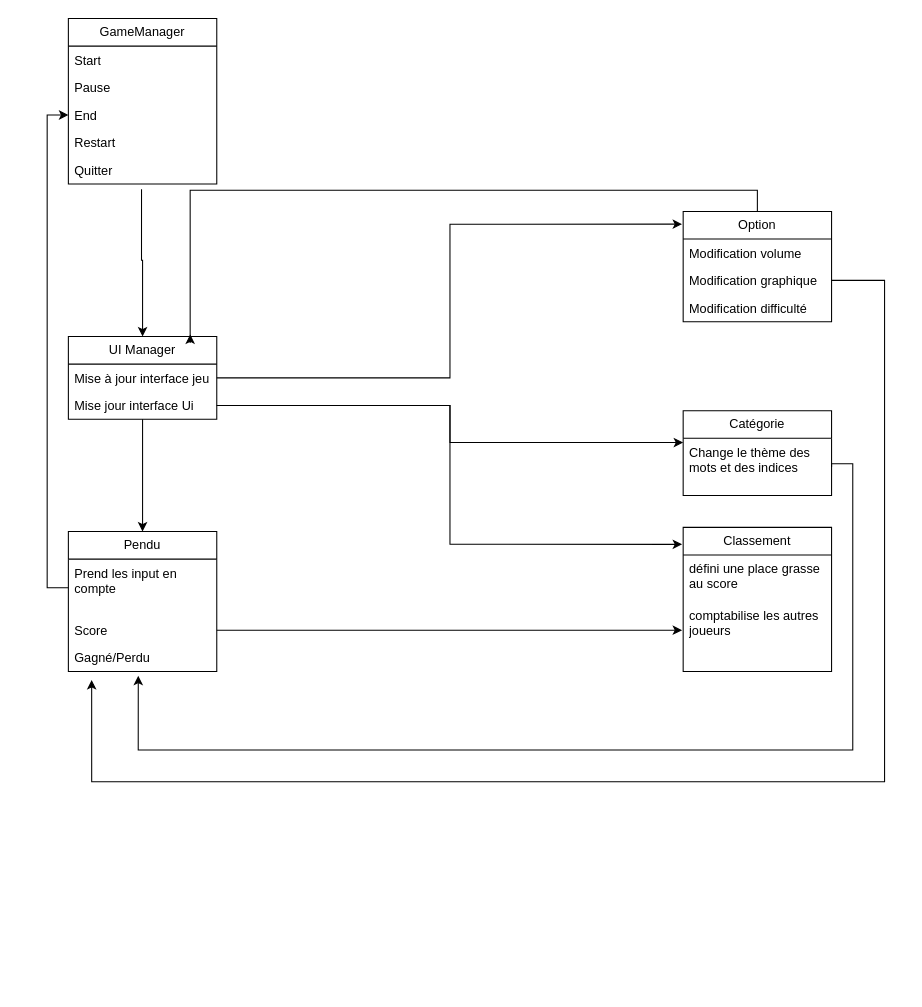
The draw.io diagram Projet3.drawio in Ashura100/Projet3, before the edit. Source tidied: cells renumbered, new cells numbered last; positions are measured from the earlier drawing's top-left corner, leaving out a move shared by most shapes. Both pictures are drawn from the tidied source at 106%, with x=0, y=0 at pixel (68, 18).
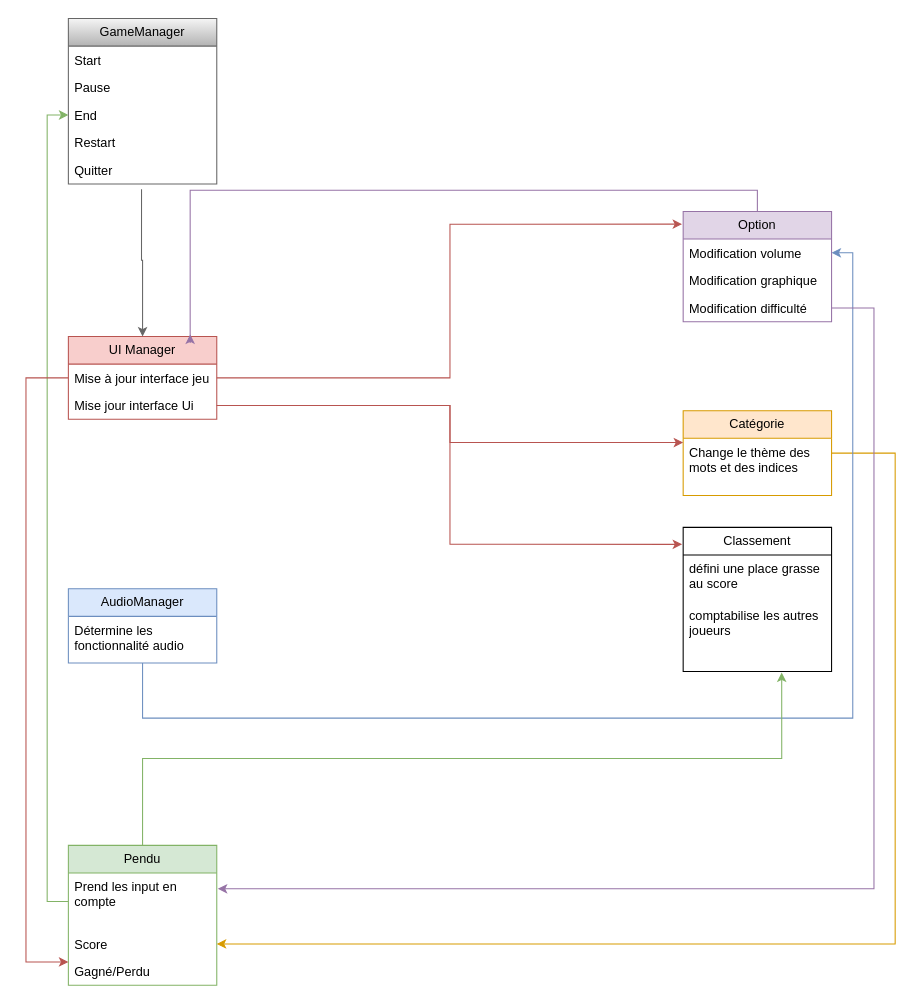
The same diagram, later.

Commit message:
Mettre à jour Projet3.drawio

Change to the diagram source:
```diff
@@
-    <mxCell id="2" value="GameManager" style="swimlane;fontStyle=0;horizontal=1;startSize=26;fillColor=none;whiteSpace=wrap;html=1;" parent="1" vertex="1">
+    <mxCell id="2" value="GameManager" style="swimlane;fontStyle=0;horizontal=1;startSize=26;whiteSpace=wrap;html=1;fillColor=#f5f5f5;gradientColor=#b3b3b3;strokeColor=#666666;" parent="1" vertex="1">
       <mxGeometry width="140" height="156" as="geometry" />
     </mxCell>
-    <mxCell id="3" value="Start" style="text;strokeColor=none;fillColor=none;align=left;verticalAlign=top;spacingLeft=4;spacingRight=4;overflow=hidden;whiteSpace=wrap;html=1;" parent="2" vertex="1">
+    <mxCell id="3" value="Start" style="text;align=left;verticalAlign=top;spacingLeft=4;spacingRight=4;overflow=hidden;whiteSpace=wrap;html=1;" parent="2" vertex="1">
       <mxGeometry y="26" width="140" height="26" as="geometry" />
     </mxCell>
-    <mxCell id="4" value="&lt;div&gt;Pause&lt;/div&gt;" style="text;strokeColor=none;fillColor=none;align=left;verticalAlign=top;spacingLeft=4;spacingRight=4;overflow=hidden;whiteSpace=wrap;html=1;" parent="2" vertex="1">
+    <mxCell id="4" value="&lt;div&gt;Pause&lt;/div&gt;" style="text;align=left;verticalAlign=top;spacingLeft=4;spacingRight=4;overflow=hidden;whiteSpace=wrap;html=1;" parent="2" vertex="1">
       <mxGeometry y="52" width="140" height="26" as="geometry" />
     </mxCell>
-    <mxCell id="5" value="End" style="text;strokeColor=none;fillColor=none;align=left;verticalAlign=top;spacingLeft=4;spacingRight=4;overflow=hidden;points=[[0,0.5],[1,0.5]];portConstraint=eastwest;whiteSpace=wrap;html=1;" parent="2" vertex="1">
+    <mxCell id="5" value="End" style="text;align=left;verticalAlign=top;spacingLeft=4;spacingRight=4;overflow=hidden;points=[[0,0.5],[1,0.5]];portConstraint=eastwest;whiteSpace=wrap;html=1;" parent="2" vertex="1">
       <mxGeometry y="78" width="140" height="26" as="geometry" />
     </mxCell>
-    <mxCell id="6" value="Restart" style="text;strokeColor=none;fillColor=none;align=left;verticalAlign=top;spacingLeft=4;spacingRight=4;overflow=hidden;whiteSpace=wrap;html=1;" parent="2" vertex="1">
+    <mxCell id="6" value="Restart" style="text;align=left;verticalAlign=top;spacingLeft=4;spacingRight=4;overflow=hidden;whiteSpace=wrap;html=1;" parent="2" vertex="1">
       <mxGeometry y="104" width="140" height="26" as="geometry" />
     </mxCell>
-    <mxCell id="7" value="Quitter" style="text;strokeColor=none;fillColor=none;align=left;verticalAlign=top;spacingLeft=4;spacingRight=4;overflow=hidden;points=[[0,0.5],[1,0.5]];portConstraint=eastwest;whiteSpace=wrap;html=1;" parent="2" vertex="1">
+    <mxCell id="7" value="Quitter" style="text;align=left;verticalAlign=top;spacingLeft=4;spacingRight=4;overflow=hidden;points=[[0,0.5],[1,0.5]];portConstraint=eastwest;whiteSpace=wrap;html=1;" parent="2" vertex="1">
       <mxGeometry y="130" width="140" height="26" as="geometry" />
     </mxCell>
-    <mxCell id="8" style="edgeStyle=orthogonalEdgeStyle;rounded=0;jettySize=auto;html=1;entryX=0.5;entryY=0;entryDx=0;entryDy=0;" parent="1" edge="1" source="9" target="12">
-      <mxGeometry relative="1" as="geometry" />
-    </mxCell>
-    <mxCell id="9" value="UI Manager" style="swimlane;fontStyle=0;horizontal=1;startSize=26;fillColor=none;whiteSpace=wrap;html=1;" parent="1" vertex="1">
+    <mxCell id="9" value="UI Manager" style="swimlane;fontStyle=0;horizontal=1;startSize=26;whiteSpace=wrap;html=1;fillColor=#f8cecc;strokeColor=#b85450;" parent="1" vertex="1">
       <mxGeometry y="300" width="140" height="78" as="geometry" />
     </mxCell>
-    <mxCell id="10" value="Mise à jour interface jeu" style="text;strokeColor=none;fillColor=none;align=left;verticalAlign=top;spacingLeft=4;spacingRight=4;overflow=hidden;points=[[0,0.5],[1,0.5]];portConstraint=eastwest;whiteSpace=wrap;html=1;" parent="9" vertex="1">
+    <mxCell id="10" value="Mise à jour interface jeu" style="text;align=left;verticalAlign=top;spacingLeft=4;spacingRight=4;overflow=hidden;points=[[0,0.5],[1,0.5]];portConstraint=eastwest;whiteSpace=wrap;html=1;" parent="9" vertex="1">
       <mxGeometry y="26" width="140" height="26" as="geometry" />
     </mxCell>
-    <mxCell id="11" value="Mise jour interface Ui" style="text;strokeColor=none;fillColor=none;align=left;verticalAlign=top;spacingLeft=4;spacingRight=4;overflow=hidden;points=[[0,0.5],[1,0.5]];portConstraint=eastwest;whiteSpace=wrap;html=1;" parent="9" vertex="1">
+    <mxCell id="11" value="Mise jour interface Ui" style="text;align=left;verticalAlign=top;spacingLeft=4;spacingRight=4;overflow=hidden;points=[[0,0.5],[1,0.5]];portConstraint=eastwest;whiteSpace=wrap;html=1;" parent="9" vertex="1">
       <mxGeometry y="52" width="140" height="26" as="geometry" />
     </mxCell>
-    <mxCell id="12" value="Pendu" style="swimlane;fontStyle=0;horizontal=1;startSize=26;fillColor=none;whiteSpace=wrap;html=1;" parent="1" vertex="1">
-      <mxGeometry y="484" width="140" height="132" as="geometry" />
+    <mxCell id="12" value="Pendu" style="swimlane;fontStyle=0;horizontal=1;startSize=26;whiteSpace=wrap;html=1;fillColor=#d5e8d4;strokeColor=#82b366;" parent="1" vertex="1">
+      <mxGeometry y="780" width="140" height="132" as="geometry" />
     </mxCell>
-    <mxCell id="13" value="Prend les input en compte" style="text;strokeColor=none;fillColor=none;align=left;verticalAlign=top;spacingLeft=4;spacingRight=4;overflow=hidden;points=[[0,0.5],[1,0.5]];portConstraint=eastwest;whiteSpace=wrap;html=1;" parent="12" vertex="1">
+    <mxCell id="13" value="Prend les input en compte" style="text;align=left;verticalAlign=top;spacingLeft=4;spacingRight=4;overflow=hidden;points=[[0,0.5],[1,0.5]];portConstraint=eastwest;whiteSpace=wrap;html=1;" parent="12" vertex="1">
       <mxGeometry y="26" width="140" height="54" as="geometry" />
     </mxCell>
-    <mxCell id="14" value="Score" style="text;strokeColor=none;fillColor=none;align=left;verticalAlign=top;spacingLeft=4;spacingRight=4;overflow=hidden;points=[[0,0.5],[1,0.5]];portConstraint=eastwest;whiteSpace=wrap;html=1;" parent="12" vertex="1">
+    <mxCell id="14" value="Score" style="text;align=left;verticalAlign=top;spacingLeft=4;spacingRight=4;overflow=hidden;points=[[0,0.5],[1,0.5]];portConstraint=eastwest;whiteSpace=wrap;html=1;" parent="12" vertex="1">
       <mxGeometry y="80" width="140" height="26" as="geometry" />
     </mxCell>
-    <mxCell id="15" value="Gagné/Perdu" style="text;strokeColor=none;fillColor=none;align=left;verticalAlign=top;spacingLeft=4;spacingRight=4;overflow=hidden;points=[[0,0.5],[1,0.5]];portConstraint=eastwest;whiteSpace=wrap;html=1;" parent="12" vertex="1">
+    <mxCell id="15" value="Gagné/Perdu" style="text;align=left;verticalAlign=top;spacingLeft=4;spacingRight=4;overflow=hidden;points=[[0,0.5],[1,0.5]];portConstraint=eastwest;whiteSpace=wrap;html=1;" parent="12" vertex="1">
       <mxGeometry y="106" width="140" height="26" as="geometry" />
     </mxCell>
-    <mxCell id="16" value="Option" style="swimlane;fontStyle=0;horizontal=1;startSize=26;fillColor=none;whiteSpace=wrap;html=1;" parent="1" vertex="1">
+    <mxCell id="16" value="Option" style="swimlane;fontStyle=0;horizontal=1;startSize=26;whiteSpace=wrap;html=1;fillColor=#e1d5e7;strokeColor=#9673a6;" parent="1" vertex="1">
       <mxGeometry x="580" y="182" width="140" height="104" as="geometry" />
     </mxCell>
-    <mxCell id="17" value="Modification volume" style="text;strokeColor=none;fillColor=none;align=left;verticalAlign=top;spacingLeft=4;spacingRight=4;overflow=hidden;points=[[0,0.5],[1,0.5]];portConstraint=eastwest;whiteSpace=wrap;html=1;" parent="16" vertex="1">
+    <mxCell id="17" value="Modification volume" style="text;align=left;verticalAlign=top;spacingLeft=4;spacingRight=4;overflow=hidden;points=[[0,0.5],[1,0.5]];portConstraint=eastwest;whiteSpace=wrap;html=1;" parent="16" vertex="1">
       <mxGeometry y="26" width="140" height="26" as="geometry" />
     </mxCell>
-    <mxCell id="18" value="Modification graphique" style="text;strokeColor=none;fillColor=none;align=left;verticalAlign=top;spacingLeft=4;spacingRight=4;overflow=hidden;points=[[0,0.5],[1,0.5]];portConstraint=eastwest;whiteSpace=wrap;html=1;" parent="16" vertex="1">
+    <mxCell id="18" value="Modification graphique" style="text;align=left;verticalAlign=top;spacingLeft=4;spacingRight=4;overflow=hidden;points=[[0,0.5],[1,0.5]];portConstraint=eastwest;whiteSpace=wrap;html=1;" parent="16" vertex="1">
       <mxGeometry y="52" width="140" height="26" as="geometry" />
     </mxCell>
-    <mxCell id="19" value="Modification difficulté" style="text;strokeColor=none;fillColor=none;align=left;verticalAlign=top;spacingLeft=4;spacingRight=4;overflow=hidden;points=[[0,0.5],[1,0.5]];portConstraint=eastwest;whiteSpace=wrap;html=1;" parent="16" vertex="1">
+    <mxCell id="19" value="Modification difficulté" style="text;align=left;verticalAlign=top;spacingLeft=4;spacingRight=4;overflow=hidden;points=[[0,0.5],[1,0.5]];portConstraint=eastwest;whiteSpace=wrap;html=1;" parent="16" vertex="1">
       <mxGeometry y="78" width="140" height="26" as="geometry" />
     </mxCell>
-    <mxCell id="20" value="Classement" style="swimlane;fontStyle=0;horizontal=1;startSize=26;fillColor=none;whiteSpace=wrap;html=1;" parent="1" vertex="1">
+    <mxCell id="20" value="Classement" style="swimlane;fontStyle=0;horizontal=1;startSize=26;whiteSpace=wrap;html=1;" parent="1" vertex="1">
       <mxGeometry x="580" y="480" width="140" height="136" as="geometry" />
     </mxCell>
-    <mxCell id="21" value="défini une place grasse au score" style="text;strokeColor=none;fillColor=none;align=left;verticalAlign=top;spacingLeft=4;spacingRight=4;overflow=hidden;whiteSpace=wrap;html=1;" parent="20" vertex="1">
+    <mxCell id="21" value="défini une place grasse au score" style="text;align=left;verticalAlign=top;spacingLeft=4;spacingRight=4;overflow=hidden;whiteSpace=wrap;html=1;" parent="20" vertex="1">
       <mxGeometry y="26" width="140" height="44" as="geometry" />
     </mxCell>
-    <mxCell id="22" value="comptabilise les autres joueurs" style="text;strokeColor=none;fillColor=none;align=left;verticalAlign=top;spacingLeft=4;spacingRight=4;overflow=hidden;points=[[0,0.5],[1,0.5]];portConstraint=eastwest;whiteSpace=wrap;html=1;" parent="20" vertex="1">
+    <mxCell id="22" value="comptabilise les autres joueurs" style="text;align=left;verticalAlign=top;spacingLeft=4;spacingRight=4;overflow=hidden;points=[[0,0.5],[1,0.5]];portConstraint=eastwest;whiteSpace=wrap;html=1;" parent="20" vertex="1">
       <mxGeometry y="70" width="140" height="40" as="geometry" />
     </mxCell>
-    <mxCell id="23" value="&lt;div&gt;&lt;br&gt;&lt;/div&gt;" style="text;strokeColor=none;fillColor=none;align=left;verticalAlign=top;spacingLeft=4;spacingRight=4;overflow=hidden;points=[[0,0.5],[1,0.5]];portConstraint=eastwest;whiteSpace=wrap;html=1;" parent="20" vertex="1">
+    <mxCell id="23" value="&lt;div&gt;&lt;br&gt;&lt;/div&gt;" style="text;align=left;verticalAlign=top;spacingLeft=4;spacingRight=4;overflow=hidden;points=[[0,0.5],[1,0.5]];portConstraint=eastwest;whiteSpace=wrap;html=1;" parent="20" vertex="1">
       <mxGeometry y="110" width="140" height="26" as="geometry" />
     </mxCell>
+    <mxCell id="35" style="edgeStyle=orthogonalEdgeStyle;rounded=0;jettySize=auto;html=1;entryX=1;entryY=0.5;entryDx=0;entryDy=0;fillColor=#ffe6cc;strokeColor=#d79b00;" parent="1" edge="1" source="24" target="14">
+      <mxGeometry relative="1" as="geometry">
+        <Array as="points">
+          <mxPoint x="780" y="410" />
+          <mxPoint x="780" y="873" />
+        </Array>
+      </mxGeometry>
+    </mxCell>
-    <mxCell id="24" value="Catégorie" style="swimlane;fontStyle=0;horizontal=1;startSize=26;fillColor=none;whiteSpace=wrap;html=1;" parent="1" vertex="1">
+    <mxCell id="24" value="Catégorie" style="swimlane;fontStyle=0;horizontal=1;startSize=26;whiteSpace=wrap;html=1;fillColor=#ffe6cc;strokeColor=#d79b00;" parent="1" vertex="1">
       <mxGeometry x="580" y="370" width="140" height="80" as="geometry" />
     </mxCell>
-    <mxCell id="25" value="Change le thème des mots et des indices" style="text;strokeColor=none;fillColor=none;align=left;verticalAlign=top;spacingLeft=4;spacingRight=4;overflow=hidden;points=[[0,0.5],[1,0.5]];portConstraint=eastwest;whiteSpace=wrap;html=1;" parent="24" vertex="1">
+    <mxCell id="25" value="Change le thème des mots et des indices" style="text;align=left;verticalAlign=top;spacingLeft=4;spacingRight=4;overflow=hidden;points=[[0,0.5],[1,0.5]];portConstraint=eastwest;whiteSpace=wrap;html=1;" parent="24" vertex="1">
       <mxGeometry y="26" width="140" height="54" as="geometry" />
     </mxCell>
-    <mxCell id="26" style="edgeStyle=orthogonalEdgeStyle;rounded=0;jettySize=auto;html=1;entryX=0.5;entryY=0;entryDx=0;entryDy=0;exitX=0.493;exitY=1.192;exitDx=0;exitDy=0;exitPerimeter=0;" parent="1" edge="1" source="7" target="9">
+    <mxCell id="26" style="edgeStyle=orthogonalEdgeStyle;rounded=0;jettySize=auto;html=1;entryX=0.5;entryY=0;entryDx=0;entryDy=0;exitX=0.493;exitY=1.192;exitDx=0;exitDy=0;exitPerimeter=0;fillColor=#f5f5f5;gradientColor=#b3b3b3;strokeColor=#666666;" parent="1" edge="1" source="7" target="9">
       <mxGeometry relative="1" as="geometry">
         <Array as="points">
           <mxPoint x="70" y="228" />
         </Array>
       </mxGeometry>
     </mxCell>
-    <mxCell id="27" style="edgeStyle=orthogonalEdgeStyle;rounded=0;jettySize=auto;html=1;entryX=0;entryY=0.5;entryDx=0;entryDy=0;" parent="1" edge="1" source="13" target="5">
+    <mxCell id="27" style="edgeStyle=orthogonalEdgeStyle;rounded=0;jettySize=auto;html=1;entryX=0;entryY=0.5;entryDx=0;entryDy=0;fillColor=#d5e8d4;strokeColor=#82b366;" parent="1" edge="1" source="13" target="5">
       <mxGeometry relative="1" as="geometry" />
     </mxCell>
-    <mxCell id="28" style="edgeStyle=orthogonalEdgeStyle;rounded=0;jettySize=auto;html=1;exitX=1;exitY=0.5;exitDx=0;exitDy=0;entryX=-0.007;entryY=0.115;entryDx=0;entryDy=0;entryPerimeter=0;" parent="1" edge="1" source="10" target="16">
+    <mxCell id="28" style="edgeStyle=orthogonalEdgeStyle;rounded=0;jettySize=auto;html=1;exitX=1;exitY=0.5;exitDx=0;exitDy=0;entryX=-0.007;entryY=0.115;entryDx=0;entryDy=0;entryPerimeter=0;fillColor=#f8cecc;strokeColor=#b85450;" parent="1" edge="1" source="10" target="16">
       <mxGeometry relative="1" as="geometry" />
     </mxCell>
-    <mxCell id="29" style="edgeStyle=orthogonalEdgeStyle;rounded=0;jettySize=auto;html=1;entryX=0;entryY=0.074;entryDx=0;entryDy=0;entryPerimeter=0;" parent="1" edge="1" source="11" target="25">
+    <mxCell id="29" style="edgeStyle=orthogonalEdgeStyle;rounded=0;jettySize=auto;html=1;entryX=0;entryY=0.074;entryDx=0;entryDy=0;entryPerimeter=0;fillColor=#f8cecc;strokeColor=#b85450;" parent="1" edge="1" source="11" target="25">
       <mxGeometry relative="1" as="geometry" />
     </mxCell>
-    <mxCell id="30" style="edgeStyle=orthogonalEdgeStyle;rounded=0;jettySize=auto;html=1;entryX=-0.007;entryY=0.118;entryDx=0;entryDy=0;entryPerimeter=0;" parent="1" edge="1" source="11" target="20">
+    <mxCell id="30" style="edgeStyle=orthogonalEdgeStyle;rounded=0;jettySize=auto;html=1;entryX=-0.007;entryY=0.118;entryDx=0;entryDy=0;entryPerimeter=0;fillColor=#f8cecc;strokeColor=#b85450;" parent="1" edge="1" source="11" target="20">
       <mxGeometry relative="1" as="geometry" />
     </mxCell>
-    <mxCell id="31" style="edgeStyle=orthogonalEdgeStyle;rounded=0;jettySize=auto;html=1;entryX=-0.007;entryY=0.675;entryDx=0;entryDy=0;entryPerimeter=0;" parent="1" edge="1" source="14" target="22">
-      <mxGeometry relative="1" as="geometry" />
-    </mxCell>
-    <mxCell id="32" style="edgeStyle=orthogonalEdgeStyle;rounded=0;jettySize=auto;html=1;entryX=0.471;entryY=1.154;entryDx=0;entryDy=0;entryPerimeter=0;exitX=1;exitY=0.5;exitDx=0;exitDy=0;" parent="1" edge="1" source="25" target="15">
-      <mxGeometry relative="1" as="geometry">
-        <Array as="points">
-          <mxPoint x="720" y="420" />
-          <mxPoint x="740" y="420" />
-          <mxPoint x="740" y="690" />
-          <mxPoint x="66" y="690" />
-        </Array>
-      </mxGeometry>
-    </mxCell>
-    <mxCell id="33" style="edgeStyle=orthogonalEdgeStyle;rounded=0;jettySize=auto;html=1;entryX=0.157;entryY=1.308;entryDx=0;entryDy=0;entryPerimeter=0;exitX=1;exitY=0.5;exitDx=0;exitDy=0;" parent="1" edge="1" source="18" target="15">
-      <mxGeometry relative="1" as="geometry">
-        <Array as="points">
-          <mxPoint x="770" y="247" />
-          <mxPoint x="770" y="720" />
-          <mxPoint x="22" y="720" />
-        </Array>
-      </mxGeometry>
-    </mxCell>
-    <mxCell id="34" style="edgeStyle=orthogonalEdgeStyle;rounded=0;jettySize=auto;html=1;exitX=0.5;exitY=0;exitDx=0;exitDy=0;entryX=0.821;entryY=-0.026;entryDx=0;entryDy=0;entryPerimeter=0;" parent="1" edge="1" source="16" target="9">
+    <mxCell id="34" style="edgeStyle=orthogonalEdgeStyle;rounded=0;jettySize=auto;html=1;exitX=0.5;exitY=0;exitDx=0;exitDy=0;entryX=0.821;entryY=-0.026;entryDx=0;entryDy=0;entryPerimeter=0;fillColor=#e1d5e7;strokeColor=#9673a6;" parent="1" edge="1" source="16" target="9">
       <mxGeometry relative="1" as="geometry" />
     </mxCell>
+    <mxCell id="36" style="edgeStyle=orthogonalEdgeStyle;rounded=0;jettySize=auto;html=1;entryX=1;entryY=0.5;entryDx=0;entryDy=0;fillColor=#dae8fc;strokeColor=#6c8ebf;" parent="1" edge="1" source="37" target="17">
+      <mxGeometry relative="1" as="geometry">
+        <Array as="points">
+          <mxPoint x="70" y="660" />
+          <mxPoint x="740" y="660" />
+          <mxPoint x="740" y="221" />
+        </Array>
+      </mxGeometry>
+    </mxCell>
+    <mxCell id="37" value="AudioManager" style="swimlane;fontStyle=0;horizontal=1;startSize=26;whiteSpace=wrap;html=1;fillColor=#dae8fc;strokeColor=#6c8ebf;" parent="1" vertex="1">
+      <mxGeometry y="538" width="140" height="70" as="geometry" />
+    </mxCell>
+    <mxCell id="38" value="Détermine les fonctionnalité audio" style="text;align=left;verticalAlign=top;spacingLeft=4;spacingRight=4;overflow=hidden;whiteSpace=wrap;html=1;" parent="37" vertex="1">
+      <mxGeometry y="26" width="140" height="44" as="geometry" />
+    </mxCell>
+    <mxCell id="39" style="edgeStyle=orthogonalEdgeStyle;rounded=0;jettySize=auto;html=1;entryX=1.007;entryY=0.278;entryDx=0;entryDy=0;entryPerimeter=0;exitX=1;exitY=0.5;exitDx=0;exitDy=0;fillColor=#e1d5e7;strokeColor=#9673a6;" parent="1" edge="1" source="19" target="13">
+      <mxGeometry relative="1" as="geometry">
+        <Array as="points">
+          <mxPoint x="760" y="273" />
+          <mxPoint x="760" y="821" />
+        </Array>
+      </mxGeometry>
+    </mxCell>
+    <mxCell id="40" style="edgeStyle=orthogonalEdgeStyle;rounded=0;jettySize=auto;html=1;entryX=0.664;entryY=1.038;entryDx=0;entryDy=0;entryPerimeter=0;fillColor=#d5e8d4;strokeColor=#82b366;" parent="1" edge="1" source="12" target="23">
+      <mxGeometry relative="1" as="geometry" />
+    </mxCell>
+    <mxCell id="41" style="edgeStyle=orthogonalEdgeStyle;rounded=0;jettySize=auto;html=1;entryX=0;entryY=0.154;entryDx=0;entryDy=0;entryPerimeter=0;fillColor=#f8cecc;strokeColor=#b85450;" parent="1" edge="1" source="9" target="15">
+      <mxGeometry relative="1" as="geometry">
+        <Array as="points">
+          <mxPoint x="-40" y="339" />
+          <mxPoint x="-40" y="890" />
+        </Array>
+      </mxGeometry>
+    </mxCell>
```
